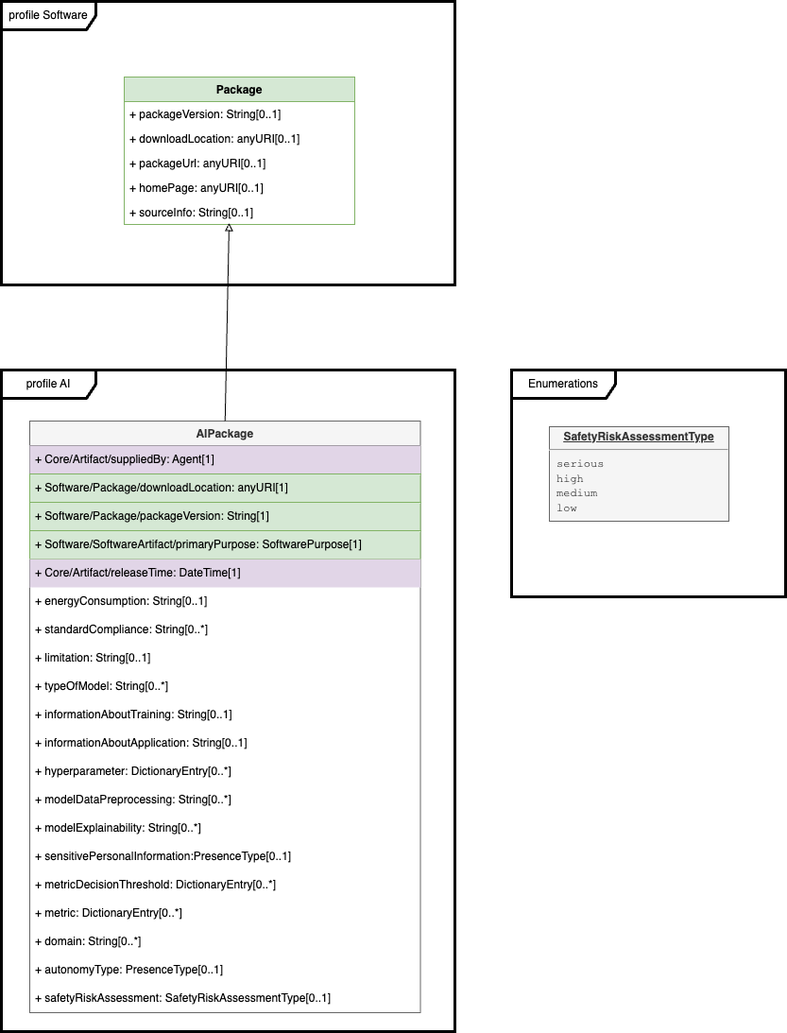
Earlier version of the draw.io export docs/images/model AI.png (spdx/spdx-spec). Source tidied: cells renumbered, new cells last; positions are measured from the earlier drawing's top-left corner, leaving out a move shared by most shapes.
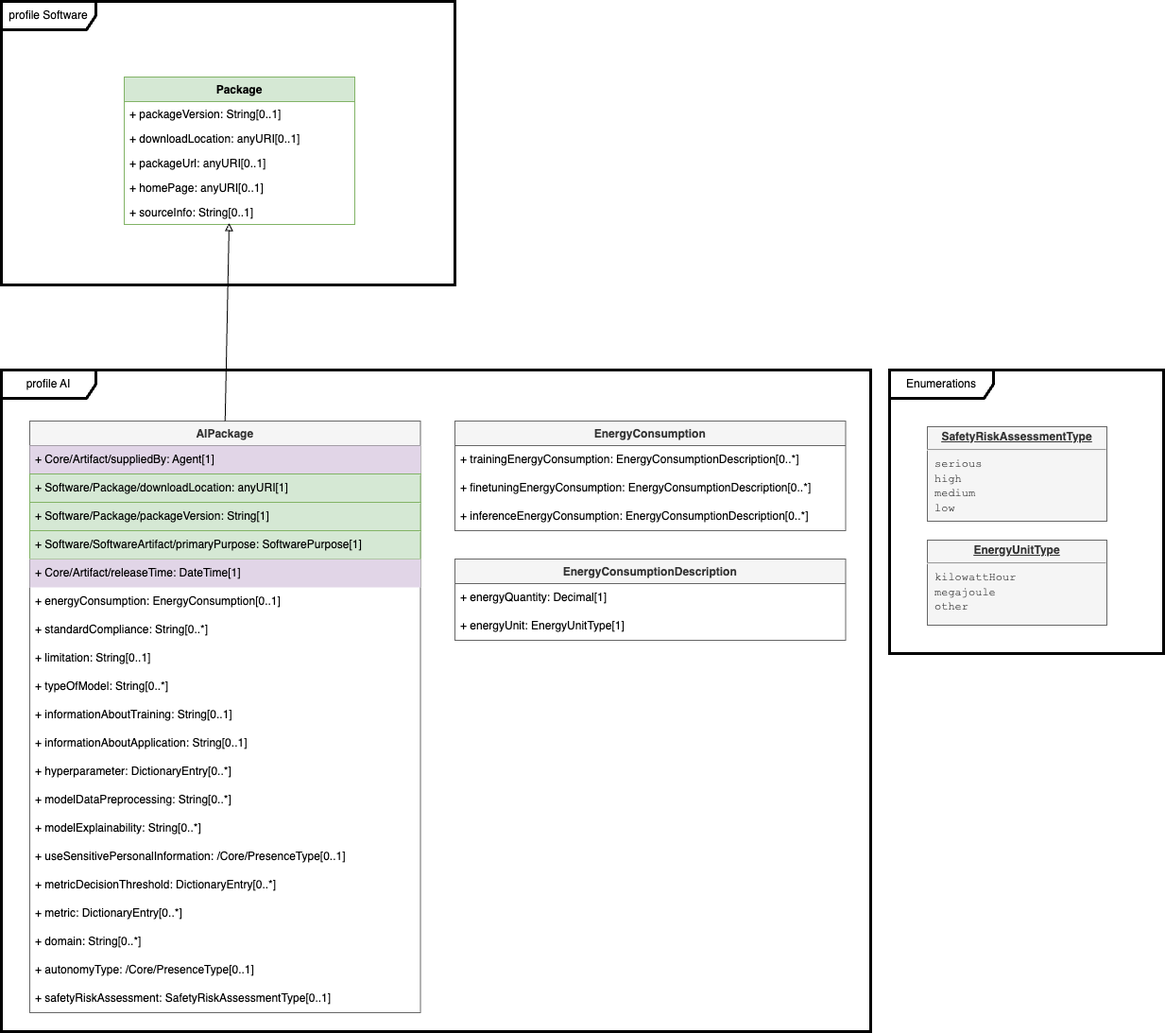
The same file after the commit.

Commit message:
Update model images for release

The edit, as a diff of the source:
```diff
@@ -24,7 +24,7 @@
       <mxGeometry y="130" width="244" height="26" as="geometry" />
     </mxCell>
     <mxCell id="9" value="profile AI" style="shape=umlFrame;whiteSpace=wrap;html=1;width=100;height=30;strokeWidth=3;" parent="1" vertex="1">
-      <mxGeometry y="390" width="480" height="700" as="geometry" />
+      <mxGeometry y="390" width="920" height="700" as="geometry" />
     </mxCell>
     <mxCell id="10" value="AIPackage" style="swimlane;fontStyle=1;horizontal=1;startSize=26;fillColor=#f5f5f5;strokeColor=#666666;fontColor=#333333;" parent="1" vertex="1">
       <mxGeometry x="30" y="444" width="413.5" height="626" as="geometry" />
@@ -44,7 +44,7 @@
     <mxCell id="15" value="+ Core/Artifact/releaseTime: DateTime[1]" style="text;strokeColor=none;fillColor=#E1D5E7;align=left;verticalAlign=middle;spacingLeft=4;spacingRight=4;overflow=hidden;whiteSpace=wrap;html=1;" parent="10" vertex="1">
       <mxGeometry y="146" width="413.5" height="30" as="geometry" />
     </mxCell>
-    <mxCell id="16" value="+ energyConsumption: String[0..1]" style="text;strokeColor=none;fillColor=none;align=left;verticalAlign=middle;spacingLeft=4;spacingRight=4;overflow=hidden;whiteSpace=wrap;html=1;" parent="10" vertex="1">
+    <mxCell id="16" value="+ energyConsumption: EnergyConsumption[0..1]" style="text;strokeColor=none;fillColor=none;align=left;verticalAlign=middle;spacingLeft=4;spacingRight=4;overflow=hidden;whiteSpace=wrap;html=1;" parent="10" vertex="1">
       <mxGeometry y="176" width="413.5" height="30" as="geometry" />
     </mxCell>
     <mxCell id="17" value="+ standardCompliance: String[0..*]" style="text;strokeColor=none;fillColor=none;align=left;verticalAlign=middle;spacingLeft=4;spacingRight=4;overflow=hidden;whiteSpace=wrap;html=1;" parent="10" vertex="1">
@@ -71,7 +71,7 @@
     <mxCell id="24" value="+ modelExplainability: String[0..*]" style="text;strokeColor=none;fillColor=none;align=left;verticalAlign=middle;spacingLeft=4;spacingRight=4;overflow=hidden;whiteSpace=wrap;html=1;" parent="10" vertex="1">
       <mxGeometry y="416" width="413.5" height="30" as="geometry" />
     </mxCell>
-    <mxCell id="25" value="+ sensitivePersonalInformation:PresenceType[0..1]" style="text;strokeColor=none;fillColor=none;align=left;verticalAlign=middle;spacingLeft=4;spacingRight=4;overflow=hidden;whiteSpace=wrap;html=1;" parent="10" vertex="1">
+    <mxCell id="25" value="+ useSensitivePersonalInformation: /Core/PresenceType[0..1]" style="text;strokeColor=none;fillColor=none;align=left;verticalAlign=middle;spacingLeft=4;spacingRight=4;overflow=hidden;whiteSpace=wrap;html=1;" parent="10" vertex="1">
       <mxGeometry y="446" width="413.5" height="30" as="geometry" />
     </mxCell>
     <mxCell id="26" value="+ metricDecisionThreshold: DictionaryEntry[0..*]" style="text;strokeColor=none;fillColor=none;align=left;verticalAlign=middle;spacingLeft=4;spacingRight=4;overflow=hidden;whiteSpace=wrap;html=1;" parent="10" vertex="1">
@@ -83,7 +83,7 @@
     <mxCell id="28" value="+ domain: String[0..*]" style="text;strokeColor=none;fillColor=none;align=left;verticalAlign=middle;spacingLeft=4;spacingRight=4;overflow=hidden;whiteSpace=wrap;html=1;" parent="10" vertex="1">
       <mxGeometry y="536" width="413.5" height="30" as="geometry" />
     </mxCell>
-    <mxCell id="29" value="+ autonomyType: PresenceType[0..1]" style="text;strokeColor=none;fillColor=none;align=left;verticalAlign=middle;spacingLeft=4;spacingRight=4;overflow=hidden;whiteSpace=wrap;html=1;" parent="10" vertex="1">
+    <mxCell id="29" value="+ autonomyType: /Core/PresenceType[0..1]" style="text;strokeColor=none;fillColor=none;align=left;verticalAlign=middle;spacingLeft=4;spacingRight=4;overflow=hidden;whiteSpace=wrap;html=1;" parent="10" vertex="1">
       <mxGeometry y="566" width="413.5" height="30" as="geometry" />
     </mxCell>
     <mxCell id="30" value="+ safetyRiskAssessment: SafetyRiskAssessmentType[0..1]" style="text;strokeColor=none;fillColor=none;align=left;verticalAlign=middle;spacingLeft=4;spacingRight=4;overflow=hidden;whiteSpace=wrap;html=1;" parent="10" vertex="1">
@@ -93,10 +93,34 @@
       <mxGeometry relative="1" as="geometry" />
     </mxCell>
     <mxCell id="32" value="Enumerations" style="shape=umlFrame;whiteSpace=wrap;html=1;width=110;height=30;strokeWidth=3;" parent="1" vertex="1">
-      <mxGeometry x="540" y="390" width="290" height="240" as="geometry" />
+      <mxGeometry x="940" y="390" width="290" height="300" as="geometry" />
     </mxCell>
     <mxCell id="33" value="&lt;p style=&quot;margin: 0px ; margin-top: 4px ; text-align: center ; text-decoration: underline&quot;&gt;&lt;b&gt;SafetyRiskAssessmentType&lt;/b&gt;&lt;/p&gt;&lt;hr&gt;&lt;p style=&quot;margin: 0px ; margin-left: 8px&quot;&gt;&lt;font face=&quot;Courier New&quot;&gt;serious&lt;/font&gt;&lt;/p&gt;&lt;p style=&quot;margin: 0px ; margin-left: 8px&quot;&gt;&lt;font face=&quot;Courier New&quot;&gt;high&lt;/font&gt;&lt;/p&gt;&lt;p style=&quot;margin: 0px ; margin-left: 8px&quot;&gt;&lt;font face=&quot;Courier New&quot;&gt;medium&lt;/font&gt;&lt;/p&gt;&lt;p style=&quot;margin: 0px ; margin-left: 8px&quot;&gt;&lt;font face=&quot;Courier New&quot;&gt;low&lt;/font&gt;&lt;/p&gt;" style="verticalAlign=top;align=left;overflow=fill;fontSize=12;fontFamily=Helvetica;html=1;fillColor=#f5f5f5;strokeColor=#666666;fontColor=#333333;" parent="1" vertex="1">
-      <mxGeometry x="580" y="450" width="190" height="100" as="geometry" />
+      <mxGeometry x="980" y="450" width="190" height="100" as="geometry" />
     </mxCell>
+    <mxCell id="34" value="EnergyConsumption" style="swimlane;fontStyle=1;horizontal=1;startSize=26;fillColor=#f5f5f5;strokeColor=#666666;fontColor=#333333;" parent="1" vertex="1">
+      <mxGeometry x="480" y="444" width="413.5" height="116" as="geometry" />
+    </mxCell>
+    <mxCell id="35" value="+ trainingEnergyConsumption: EnergyConsumptionDescription[0..*]" style="text;strokeColor=none;fillColor=none;align=left;verticalAlign=middle;spacingLeft=4;spacingRight=4;overflow=hidden;whiteSpace=wrap;html=1;" parent="34" vertex="1">
+      <mxGeometry y="26" width="413.5" height="30" as="geometry" />
+    </mxCell>
+    <mxCell id="36" value="+ finetuningEnergyConsumption: EnergyConsumptionDescription[0..*]" style="text;strokeColor=none;fillColor=none;align=left;verticalAlign=middle;spacingLeft=4;spacingRight=4;overflow=hidden;whiteSpace=wrap;html=1;" parent="34" vertex="1">
+      <mxGeometry y="56" width="413.5" height="30" as="geometry" />
+    </mxCell>
+    <mxCell id="37" value="+ inferenceEnergyConsumption: EnergyConsumptionDescription[0..*]" style="text;strokeColor=none;fillColor=none;align=left;verticalAlign=middle;spacingLeft=4;spacingRight=4;overflow=hidden;whiteSpace=wrap;html=1;" parent="34" vertex="1">
+      <mxGeometry y="86" width="413.5" height="30" as="geometry" />
+    </mxCell>
+    <mxCell id="38" value="EnergyConsumptionDescription" style="swimlane;fontStyle=1;horizontal=1;startSize=26;fillColor=#f5f5f5;strokeColor=#666666;fontColor=#333333;" parent="1" vertex="1">
+      <mxGeometry x="480" y="590" width="413.5" height="86" as="geometry" />
+    </mxCell>
+    <mxCell id="39" value="+ energyQuantity: Decimal[1]" style="text;strokeColor=none;fillColor=none;align=left;verticalAlign=middle;spacingLeft=4;spacingRight=4;overflow=hidden;whiteSpace=wrap;html=1;" parent="38" vertex="1">
+      <mxGeometry y="26" width="413.5" height="30" as="geometry" />
+    </mxCell>
+    <mxCell id="40" value="+ energyUnit: EnergyUnitType[1]" style="text;strokeColor=none;fillColor=none;align=left;verticalAlign=middle;spacingLeft=4;spacingRight=4;overflow=hidden;whiteSpace=wrap;html=1;" parent="38" vertex="1">
+      <mxGeometry y="56" width="413.5" height="30" as="geometry" />
+    </mxCell>
+    <mxCell id="41" value="&lt;p style=&quot;margin: 0px ; margin-top: 4px ; text-align: center ; text-decoration: underline&quot;&gt;&lt;b&gt;EnergyUnitType&lt;/b&gt;&lt;/p&gt;&lt;hr&gt;&lt;p style=&quot;margin: 0px ; margin-left: 8px&quot;&gt;&lt;font face=&quot;Courier New&quot;&gt;kilowattHour&lt;/font&gt;&lt;/p&gt;&lt;p style=&quot;margin: 0px ; margin-left: 8px&quot;&gt;&lt;font face=&quot;Courier New&quot;&gt;megajoule&lt;/font&gt;&lt;/p&gt;&lt;p style=&quot;margin: 0px ; margin-left: 8px&quot;&gt;&lt;font face=&quot;Courier New&quot;&gt;other&lt;/font&gt;&lt;/p&gt;" style="verticalAlign=top;align=left;overflow=fill;fontSize=12;fontFamily=Helvetica;html=1;fillColor=#f5f5f5;strokeColor=#666666;fontColor=#333333;" parent="1" vertex="1">
+      <mxGeometry x="980" y="570" width="190" height="90" as="geometry" />
+    </mxCell>
   </root>
 </mxGraphModel>
```
